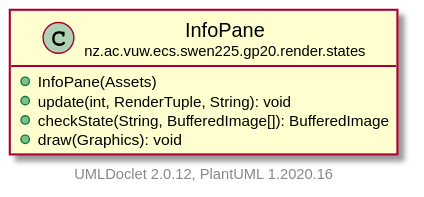
Earlier version of the PlantUML export docs/nz/ac/vuw/ecs/swen225/gp20/render/states/InfoPane.svg (nicholowen/SWEN225_Chips_Challenge).
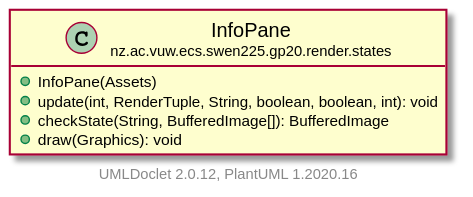
The same diagram one commit later.

What changed in the source:
```diff
@@ -5,7 +5,7 @@
 
     class "<size:14>InfoPane\n<size:10>nz.ac.vuw.ecs.swen225.gp20.render.states" as nz.ac.vuw.ecs.swen225.gp20.render.states.InfoPane [[InfoPane.html]] {
         +InfoPane(Assets)
-        +update(int, RenderTuple, String): void
+        +update(int, RenderTuple, String, boolean, boolean, int): void
         +checkState(String, BufferedImage[]): BufferedImage
         +draw(Graphics): void
     }
```
